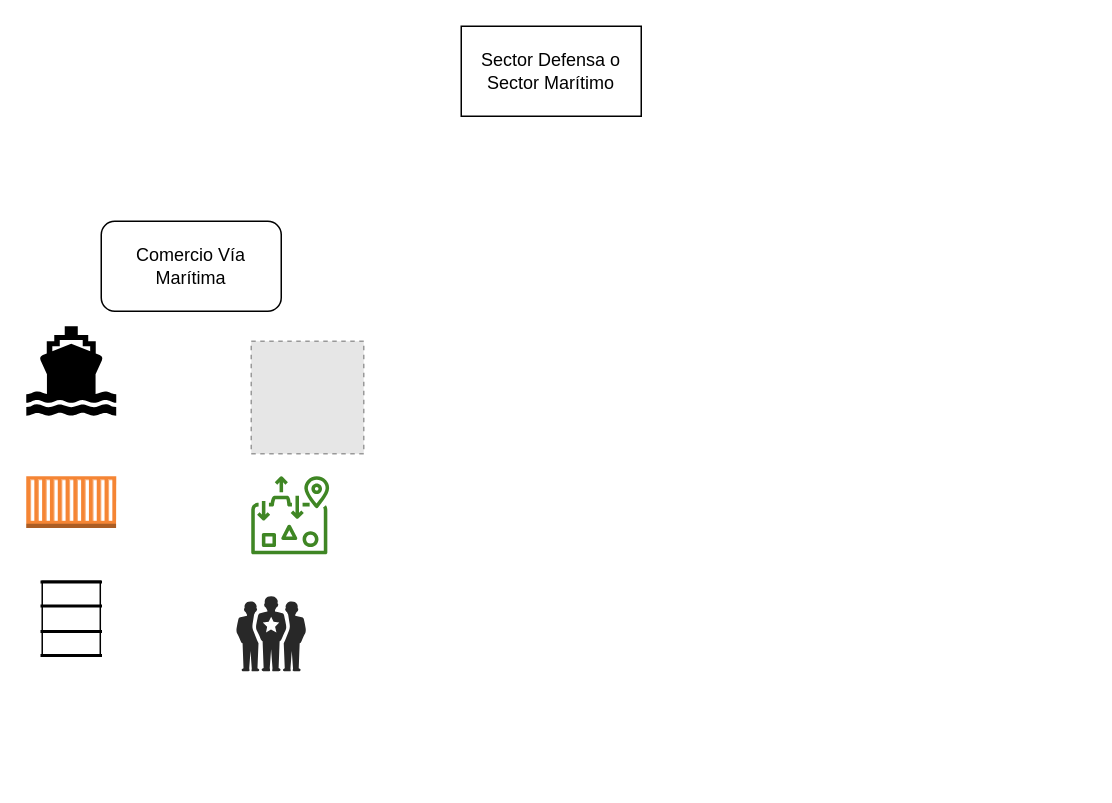
The draw.io diagram Diagrama sin título.drawio in DeividMedina30/CNYT-FINAL, before the edit. Source tidied: cells renumbered, new cells numbered last; positions are measured from the earlier drawing's top-left corner, leaving out a move shared by most shapes. Both pictures are drawn from the tidied source at 150%, with x=0, y=0 at pixel (26, 26). Pictures stored in the file or linked from it are replaced by grey dashed boxes.
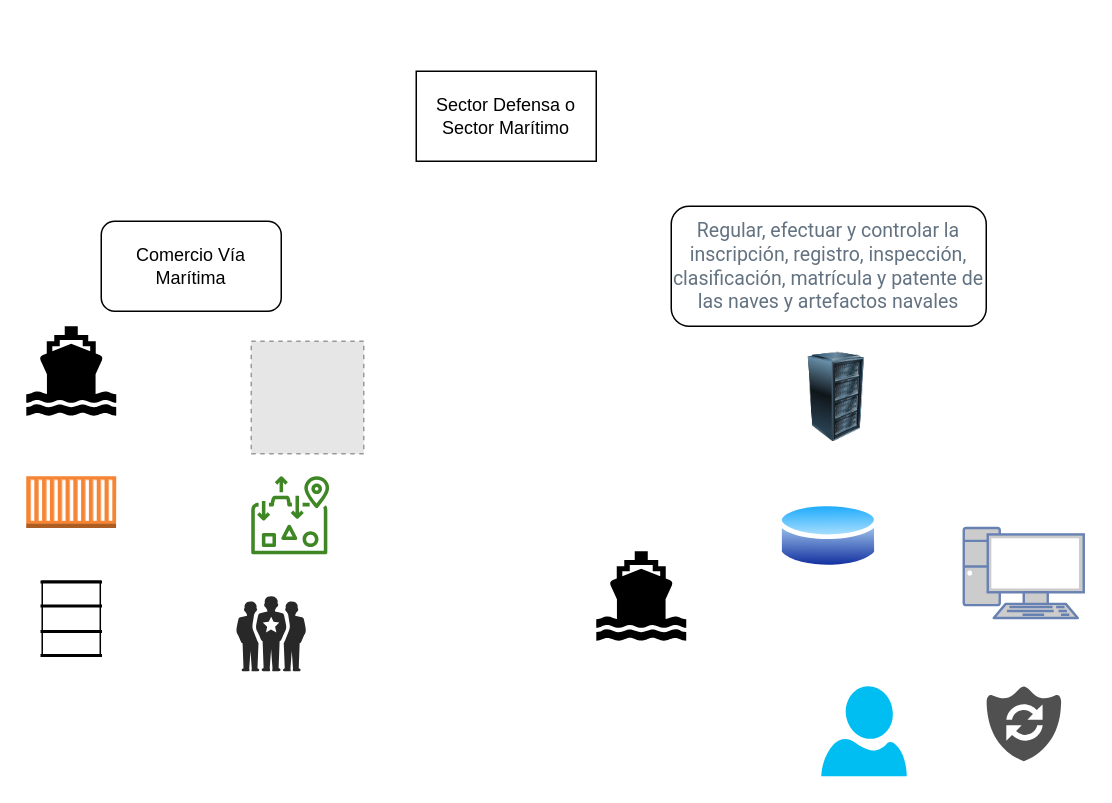
After the change.

What changed in the source:
```diff
@@
 <mxGraphModel>
   <root>
     <mxCell id="0" />
     <mxCell id="1" parent="0" />
     <mxCell id="2" value="Sector Defensa o Sector Marítimo" style="rounded=0;whiteSpace=wrap;html=1;" parent="1" vertex="1">
-      <mxGeometry x="290" width="120" height="60" as="geometry" />
+      <mxGeometry x="260" y="30" width="120" height="60" as="geometry" />
     </mxCell>
     <mxCell id="3" value="Comercio Vía Marítima" style="rounded=1;whiteSpace=wrap;html=1;" parent="1" vertex="1">
       <mxGeometry x="50" y="130" width="120" height="60" as="geometry" />
     </mxCell>
     <mxCell id="4" style="shape=mxgraph.signs.transportation.ship_2;html=1;fillColor=#000000;strokeColor=none;verticalLabelPosition=bottom;verticalAlign=top;align=center;" parent="1" vertex="1">
       <mxGeometry y="200" width="60" height="60" as="geometry" />
     </mxCell>
     <mxCell id="5" style="dashed=0;verticalLabelPosition=bottom;verticalAlign=top;align=center;html=1;shape=mxgraph.aws3.ec2_compute_container;fillColor=#F58534;gradientColor=none;" parent="1" vertex="1">
       <mxGeometry y="300" width="60" height="34.5" as="geometry" />
     </mxCell>
     <mxCell id="6" style="shape=mxgraph.pid.vessels.barrel,_drum;html=1;align=center;verticalLabelPosition=bottom;verticalAlign=top;dashed=0;" parent="1" vertex="1">
       <mxGeometry x="10" y="370" width="40" height="50" as="geometry" />
     </mxCell>
     <mxCell id="7" style="fillColor=#E6E6E6;strokeColor=#999999;dashed=1;verticalLabelPosition=bottom;labelBackgroundColor=default;verticalAlign=top;" parent="1" vertex="1">
       <mxGeometry x="150" y="210" width="75" height="75" as="geometry" />
     </mxCell>
     <mxCell id="8" style="verticalLabelPosition=bottom;sketch=0;html=1;fillColor=#282828;strokeColor=none;verticalAlign=top;align=center;shape=mxgraph.cisco_safe.people_places_things_icons.icon1;" parent="1" vertex="1">
       <mxGeometry x="140" y="380" width="46.5" height="50" as="geometry" />
     </mxCell>
     <mxCell id="9" style="sketch=0;fontColor=#232F3E;gradientColor=none;fillColor=#3F8624;strokeColor=none;dashed=0;verticalLabelPosition=bottom;verticalAlign=top;align=center;html=1;fontSize=12;fontStyle=0;shape=mxgraph.aws4.elastic_file_system_one_zone;" parent="1" vertex="1">
       <mxGeometry x="150" y="300" width="52" height="52" as="geometry" />
     </mxCell>
+    <mxCell id="10" value="&#10;&#10;&lt;span style=&quot;color: rgb(99, 114, 128); font-family: roboto, sans-serif; font-size: 13px; font-style: normal; font-weight: 400; letter-spacing: normal; text-align: left; text-indent: 0px; text-transform: none; word-spacing: 0px; background-color: rgb(255, 255, 255); display: inline; float: none;&quot;&gt;Regular, efectuar y controlar la inscripción, registro, inspección, clasificación, matrícula y patente de las naves y artefactos navales&lt;/span&gt;&#10;&#10;" style="rounded=1;whiteSpace=wrap;html=1;" parent="1" vertex="1">
+      <mxGeometry x="430" y="120" width="210" height="80" as="geometry" />
+    </mxCell>
+    <mxCell id="11" style="perimeter=ellipsePerimeter;html=1;align=center;shadow=0;dashed=0;spacingTop=3;image;image=img/lib/active_directory/database.svg;" parent="1" vertex="1">
+      <mxGeometry x="501.2" y="315" width="67.6" height="50" as="geometry" />
+    </mxCell>
+    <mxCell id="12" style="shape=mxgraph.signs.transportation.ship_2;html=1;fillColor=#000000;strokeColor=none;verticalLabelPosition=bottom;verticalAlign=top;align=center;" parent="1" vertex="1">
+      <mxGeometry x="380" y="350" width="60" height="60" as="geometry" />
+    </mxCell>
+    <mxCell id="13" style="fontColor=#0066CC;verticalAlign=top;verticalLabelPosition=bottom;labelPosition=center;align=center;html=1;fillColor=#CCCCCC;strokeColor=#6881B3;gradientColor=none;gradientDirection=north;strokeWidth=2;shape=mxgraph.networks.pc;" parent="1" vertex="1">
+      <mxGeometry x="625" y="334.5" width="80" height="60" as="geometry" />
+    </mxCell>
+    <mxCell id="14" style="verticalLabelPosition=bottom;html=1;verticalAlign=top;align=center;strokeColor=none;fillColor=#00BEF2;shape=mxgraph.azure.user;" parent="1" vertex="1">
+      <mxGeometry x="530" y="440" width="57" height="60" as="geometry" />
+    </mxCell>
+    <mxCell id="15" style="sketch=0;shadow=0;dashed=0;html=1;strokeColor=none;labelPosition=center;verticalLabelPosition=bottom;verticalAlign=top;align=center;fillColor=#505050;shape=mxgraph.mscae.oms.system_update;" parent="1" vertex="1">
+      <mxGeometry x="640" y="440" width="50" height="50" as="geometry" />
+    </mxCell>
+    <mxCell id="16" style="image;html=1;image=img/lib/clip_art/computers/Server_Rack_128x128.png;" parent="1" vertex="1">
+      <mxGeometry x="505.3" y="217.5" width="70" height="60" as="geometry" />
+    </mxCell>
   </root>
 </mxGraphModel>
```
